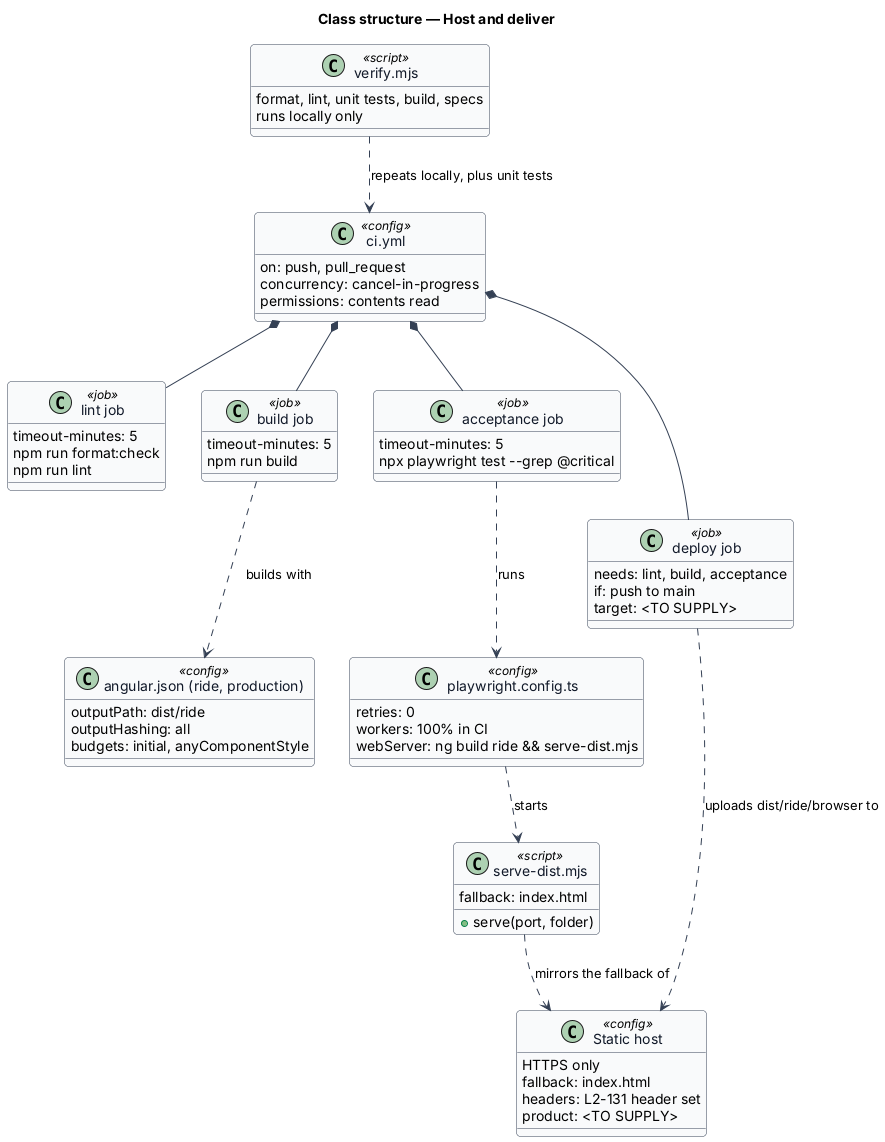
Earlier version of the PlantUML export docs/detailed-designs/platform/host-and-deliver/diagrams/class-structure.png (QuinntyneBrown/ride-one).
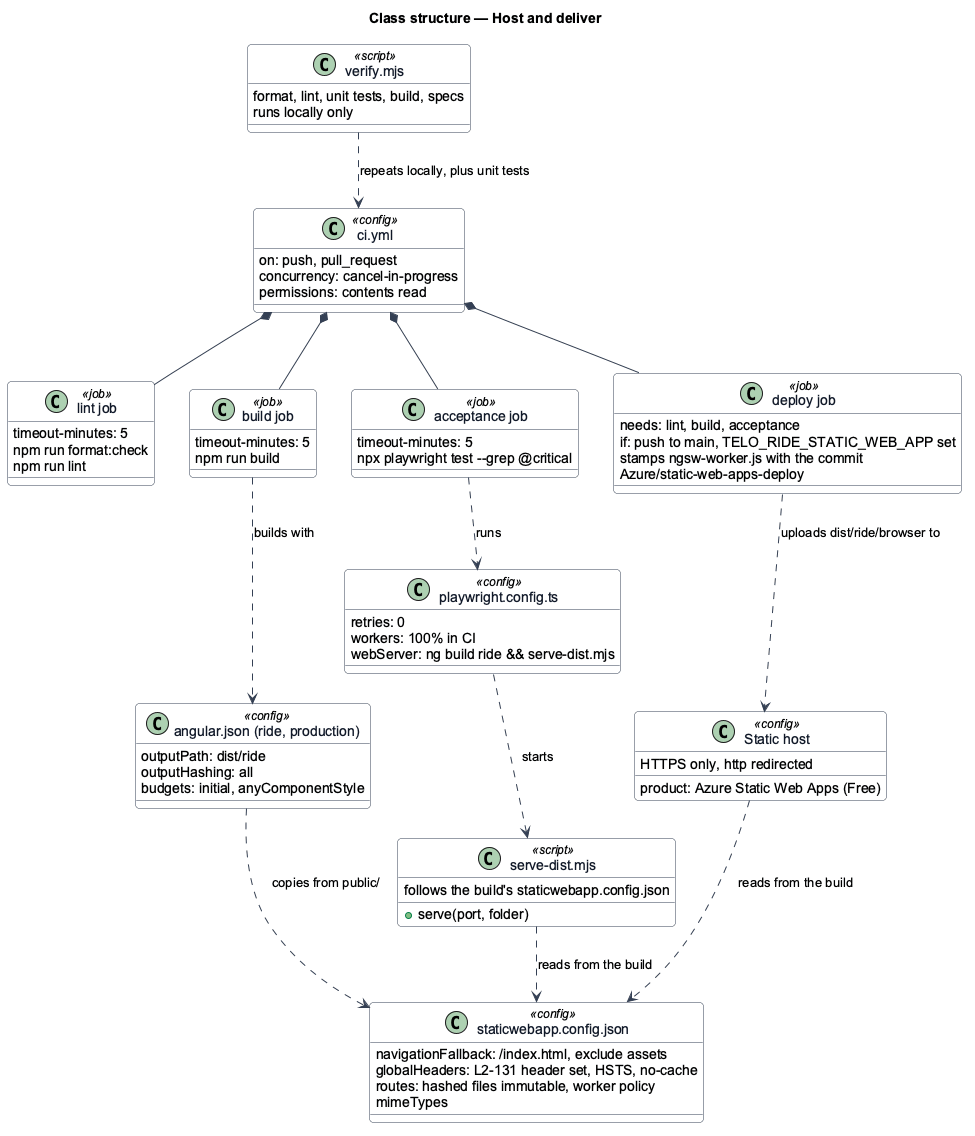
After the commit.

The edit, as a diff of the source:
```diff
@@ -35,15 +35,21 @@
 
 class "deploy job" as Deploy <<job>> {
   needs: lint, build, acceptance
-  if: push to main
-  target: <TO SUPPLY>
+  if: push to main, TELO_RIDE_STATIC_WEB_APP set
+  stamps ngsw-worker.js with the commit
+  Azure/static-web-apps-deploy
 }
 
 class "Static host" as Host <<config>> {
-  HTTPS only
-  fallback: index.html
-  headers: L2-131 header set
-  product: <TO SUPPLY>
+  product: Azure Static Web Apps (Free)
+  HTTPS only, http redirected
+}
+
+class "staticwebapp.config.json" as HostConfig <<config>> {
+  navigationFallback: /index.html, exclude assets
+  globalHeaders: L2-131 header set, HSTS, no-cache
+  routes: hashed files immutable, worker policy
+  mimeTypes
 }
 
 class "angular.json (ride, production)" as Angular <<config>> {
@@ -60,7 +66,7 @@
 
 class "serve-dist.mjs" as Serve <<script>> {
   +serve(port, folder)
-  fallback: index.html
+  follows the build's staticwebapp.config.json
 }
 
 class "verify.mjs" as Verify <<script>> {
@@ -76,6 +82,8 @@
 Acceptance ..> Playwright : runs
 Playwright ..> Serve : starts
 Deploy ..> Host : uploads dist/ride/browser to
-Serve ..> Host : mirrors the fallback of
+Serve ..> HostConfig : reads from the build
+Host ..> HostConfig : reads from the build
+Angular ..> HostConfig : copies from public/
 Verify ..> Workflow : repeats locally, plus unit tests
 @enduml
```
